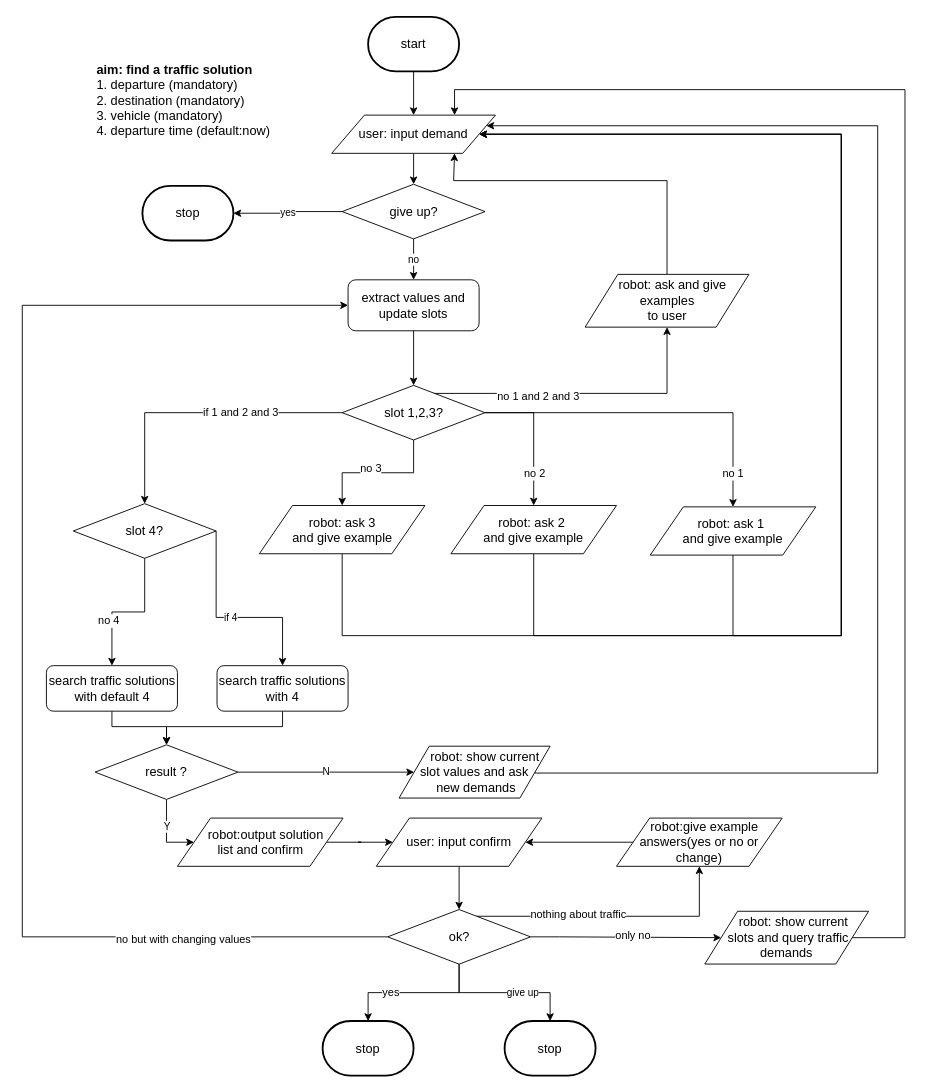
ricosr/travel_consult_chatbot keeps this draw.io diagram as flow_diagram/traffic_consult.drawio. Above is the earlier version. Source tidied: cells renumbered, new cells numbered last; positions are measured from the earlier drawing's top-left corner, leaving out a move shared by most shapes. Both pictures are drawn from the tidied source at 91%, with x=0, y=0 at pixel (22, 16).
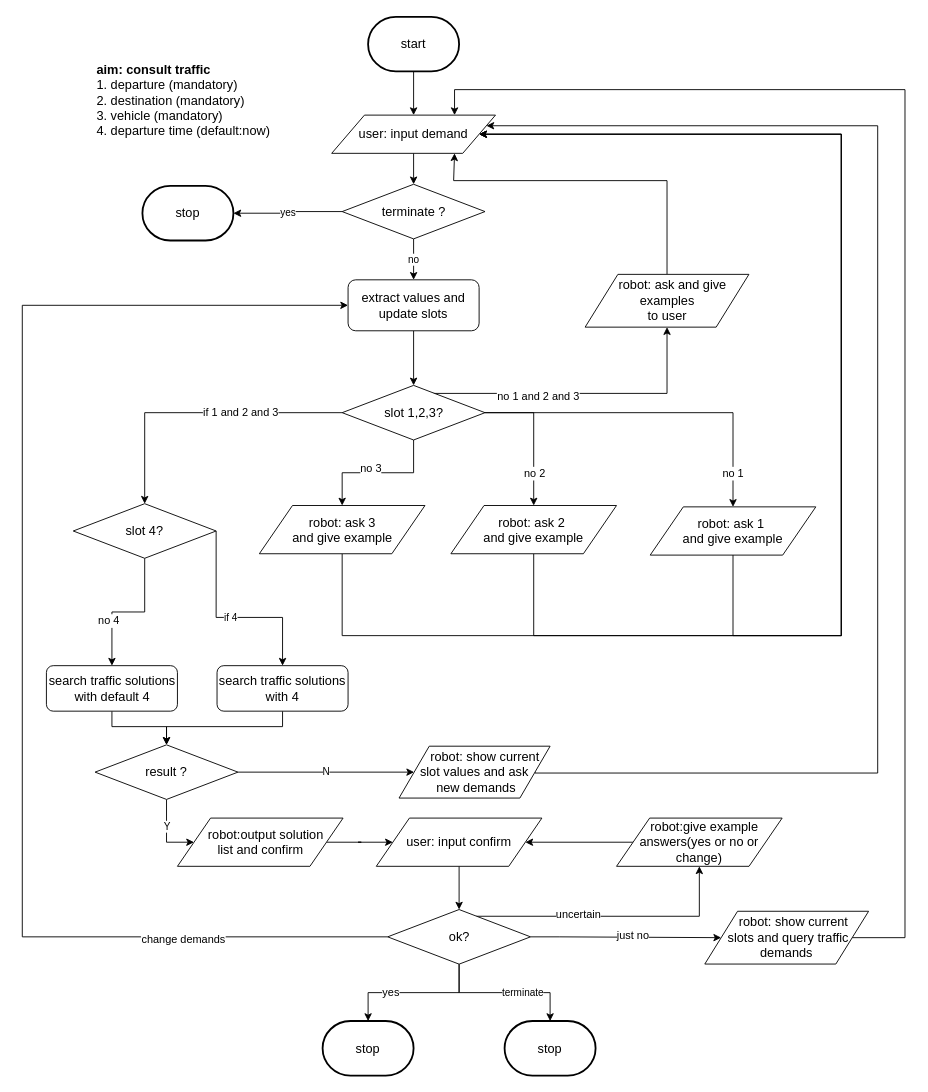
The same diagram, later.

The change refers to these unchanged cells:
```xml
<mxCell id="24" style="edgeStyle=orthogonalEdgeStyle;rounded=0;jettySize=auto;html=1;exitX=0;exitY=0.5;exitDx=0;exitDy=0;entryX=0;entryY=0.5;entryDx=0;entryDy=0;" parent="1" edge="1" source="33" target="50">
  <mxGeometry relative="1" as="geometry">
    <Array as="points">
      <mxPoint y="1011" />
      <mxPoint y="317" />
    </Array>
  </mxGeometry>
</mxCell>
<mxCell id="26" style="edgeStyle=orthogonalEdgeStyle;rounded=0;jettySize=auto;html=1;exitX=1;exitY=0.5;exitDx=0;exitDy=0;entryX=0;entryY=0.5;entryDx=0;entryDy=0;" parent="1" edge="1" source="33" target="38">
  <mxGeometry relative="1" as="geometry">
    <Array as="points">
      <mxPoint x="590" y="1011" />
      <mxPoint x="590" y="1011" />
    </Array>
  </mxGeometry>
</mxCell>
<mxCell id="28" style="edgeStyle=orthogonalEdgeStyle;rounded=0;jettySize=auto;html=1;exitX=0.62;exitY=0.123;exitDx=0;exitDy=0;entryX=0.5;entryY=1;entryDx=0;entryDy=0;exitPerimeter=0;" parent="1" edge="1" source="33" target="54">
  <mxGeometry relative="1" as="geometry" />
</mxCell>
<mxCell id="33" value="&lt;font style=&quot;font-size: 14px&quot;&gt;ok?&lt;br&gt;&lt;/font&gt;" style="rhombus;whiteSpace=wrap;html=1;" parent="1" vertex="1">
  <mxGeometry x="401.5" y="981" width="157" height="60" as="geometry" />
</mxCell>
<mxCell id="55" value="&lt;font style=&quot;font-size: 14px&quot;&gt;stop&lt;/font&gt;" style="strokeWidth=2;html=1;shape=mxgraph.flowchart.terminator;whiteSpace=wrap;" parent="1" vertex="1">
  <mxGeometry x="530" y="1103.5" width="100" height="60" as="geometry" />
</mxCell>
```

Change to the diagram source:
```diff
@@
-    <mxCell id="2" value="&lt;font style=&quot;font-size: 14px&quot;&gt;&lt;b&gt;aim: find a traffic solution&lt;/b&gt;&lt;br&gt;1. departure (mandatory)&lt;br&gt;2. destination (mandatory)&lt;br&gt;3. vehicle (mandatory)&lt;br&gt;4. departure time (default:now)&lt;br&gt;&lt;br&gt;&lt;/font&gt;" style="text;html=1;strokeColor=none;fillColor=none;align=left;verticalAlign=middle;whiteSpace=wrap;rounded=0;" parent="1" vertex="1">
+    <mxCell id="2" value="&lt;font style=&quot;font-size: 14px&quot;&gt;&lt;b&gt;aim: consult traffic&lt;/b&gt;&lt;br&gt;1. departure (mandatory)&lt;br&gt;2. destination (mandatory)&lt;br&gt;3. vehicle (mandatory)&lt;br&gt;4. departure time (default:now)&lt;br&gt;&lt;br&gt;&lt;/font&gt;" style="text;html=1;strokeColor=none;fillColor=none;align=left;verticalAlign=middle;whiteSpace=wrap;rounded=0;" parent="1" vertex="1">
       <mxGeometry x="80" y="54" width="204" height="91" as="geometry" />
     </mxCell>
@@
-    <mxCell id="25" value="no but with changing values" style="text;html=1;align=center;verticalAlign=middle;labelBackgroundColor=#ffffff;" parent="24" vertex="1">
+    <mxCell id="25" value="change demands" style="text;html=1;align=center;verticalAlign=middle;labelBackgroundColor=#ffffff;" parent="24" vertex="1">
       <mxGeometry x="-0.69" y="2" relative="1" as="geometry" />
     </mxCell>
@@
-    <mxCell id="27" value="only no" style="text;html=1;align=center;verticalAlign=middle;labelBackgroundColor=#ffffff;" parent="26" vertex="1">
+    <mxCell id="27" value="just no" style="text;html=1;align=center;verticalAlign=middle;labelBackgroundColor=#ffffff;" parent="26" vertex="1">
       <mxGeometry x="-0.94" relative="1" as="geometry">
         <mxPoint x="106" y="-1.5" as="offset" />
       </mxGeometry>
     </mxCell>
@@
-    <mxCell id="29" value="nothing about traffic" style="text;html=1;align=center;verticalAlign=middle;labelBackgroundColor=#ffffff;" parent="28" vertex="1">
+    <mxCell id="29" value="uncertain" style="text;html=1;align=center;verticalAlign=middle;labelBackgroundColor=#ffffff;" parent="28" vertex="1">
       <mxGeometry x="-0.38" y="-1" relative="1" as="geometry">
         <mxPoint x="18.5" y="-3" as="offset" />
       </mxGeometry>
     </mxCell>
@@
-    <mxCell id="32" value="give up" style="edgeStyle=orthogonalEdgeStyle;rounded=0;jettySize=auto;html=1;exitX=0.5;exitY=1;exitDx=0;exitDy=0;entryX=0.5;entryY=0;entryDx=0;entryDy=0;entryPerimeter=0;" parent="1" edge="1" source="33" target="55">
+    <mxCell id="32" value="terminate" style="edgeStyle=orthogonalEdgeStyle;rounded=0;jettySize=auto;html=1;exitX=0.5;exitY=1;exitDx=0;exitDy=0;entryX=0.5;entryY=0;entryDx=0;entryDy=0;entryPerimeter=0;" parent="1" edge="1" source="33" target="55">
       <mxGeometry x="0.24" relative="1" as="geometry" />
     </mxCell>
@@
-    <mxCell id="58" value="&lt;font style=&quot;font-size: 14px&quot;&gt;give up?&lt;br&gt;&lt;/font&gt;" style="rhombus;whiteSpace=wrap;html=1;" parent="1" vertex="1">
+    <mxCell id="58" value="&lt;font style=&quot;font-size: 14px&quot;&gt;terminate ?&lt;br&gt;&lt;/font&gt;" style="rhombus;whiteSpace=wrap;html=1;" parent="1" vertex="1">
       <mxGeometry x="351.5" y="184" width="157" height="60" as="geometry" />
     </mxCell>
```
